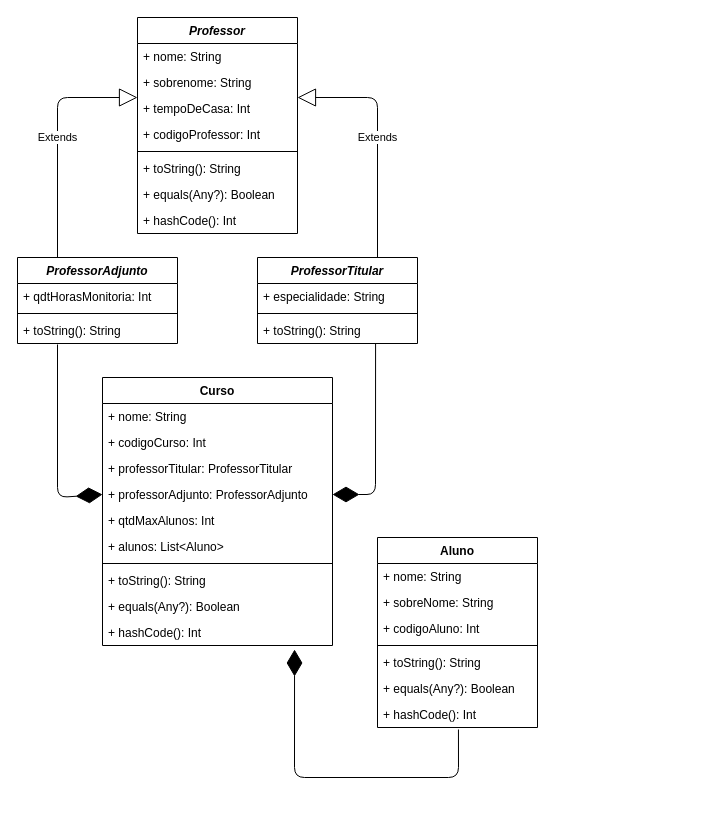
This is DesafioKotlinUML.drawio from mtrindade8/DesafioKotlin_DigitalHouseMobile, a draw.io file, before an edit. Source tidied: cells renumbered, new cells numbered last; positions are measured from the earlier drawing's top-left corner, leaving out a move shared by most shapes. Both pictures are drawn from the tidied source at 100%, with x=0, y=0 at pixel (17, 17).
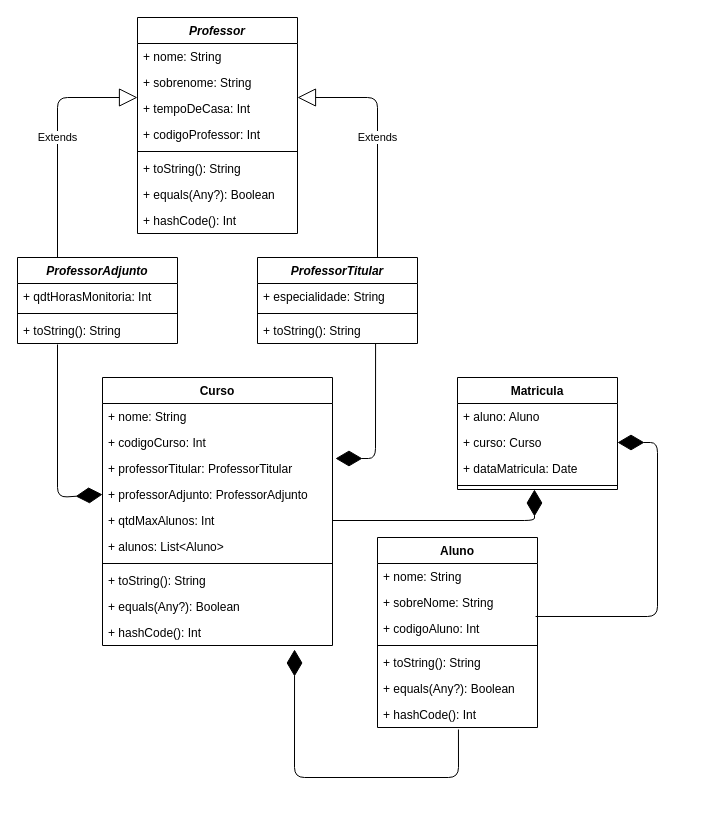
Above is the later version.

Commit message (it also covers changes not shown here):
Inclusão da parte F

Unchanged cells that the change refers to:
```xml
<mxCell id="9" value="+ toString(): String" style="text;strokeColor=none;fillColor=none;align=left;verticalAlign=top;spacingLeft=4;spacingRight=4;overflow=hidden;points=[[0,0.5],[1,0.5]];portConstraint=eastwest;" parent="6" vertex="1">
  <mxGeometry y="60" width="160" height="26" as="geometry" />
</mxCell>
<mxCell id="27" value="+ professorTitular: ProfessorTitular" style="text;strokeColor=none;fillColor=none;align=left;verticalAlign=top;spacingLeft=4;spacingRight=4;overflow=hidden;points=[[0,0.5],[1,0.5]];portConstraint=eastwest;" parent="24" vertex="1">
  <mxGeometry y="78" width="230" height="26" as="geometry" />
</mxCell>
<mxCell id="28" value="+ professorAdjunto: ProfessorAdjunto" style="text;strokeColor=none;fillColor=none;align=left;verticalAlign=top;spacingLeft=4;spacingRight=4;overflow=hidden;points=[[0,0.5],[1,0.5]];portConstraint=eastwest;" parent="24" vertex="1">
  <mxGeometry y="104" width="230" height="26" as="geometry" />
</mxCell>
<mxCell id="29" value="+ qtdMaxAlunos: Int" style="text;strokeColor=none;fillColor=none;align=left;verticalAlign=top;spacingLeft=4;spacingRight=4;overflow=hidden;points=[[0,0.5],[1,0.5]];portConstraint=eastwest;" parent="24" vertex="1">
  <mxGeometry y="130" width="230" height="26" as="geometry" />
</mxCell>
<mxCell id="38" value="+ codigoAluno: Int" style="text;strokeColor=none;fillColor=none;align=left;verticalAlign=top;spacingLeft=4;spacingRight=4;overflow=hidden;points=[[0,0.5],[1,0.5]];portConstraint=eastwest;" parent="35" vertex="1">
  <mxGeometry y="78" width="160" height="26" as="geometry" />
</mxCell>
```

Diff of the diagram source:
```diff
@@
-    <mxCell id="21" style="endArrow=diamondThin;endFill=1;endSize=24;html=1;entryX=1;entryY=0.5;entryDx=0;entryDy=0;exitX=0.738;exitY=1;exitDx=0;exitDy=0;exitPerimeter=0;" parent="1" edge="1" source="9" target="28">
+    <mxCell id="21" style="endArrow=diamondThin;endFill=1;endSize=24;html=1;entryX=1.013;entryY=0.115;entryDx=0;entryDy=0;exitX=0.738;exitY=1;exitDx=0;exitDy=0;exitPerimeter=0;entryPerimeter=0;" parent="1" edge="1" source="9" target="27">
       <mxGeometry relative="1" as="geometry">
         <Array as="points">
-          <mxPoint x="358" y="477" />
+          <mxPoint x="358" y="441" />
         </Array>
       </mxGeometry>
     </mxCell>
@@
+    <mxCell id="43" value="Matricula" style="swimlane;fontStyle=1;align=center;verticalAlign=top;horizontal=1;startSize=26;" parent="1" vertex="1">
+      <mxGeometry x="440" y="360" width="160" height="112" as="geometry" />
+    </mxCell>
+    <mxCell id="44" value="+ aluno: Aluno" style="text;strokeColor=none;fillColor=none;align=left;verticalAlign=top;spacingLeft=4;spacingRight=4;overflow=hidden;" parent="43" vertex="1">
+      <mxGeometry y="26" width="160" height="26" as="geometry" />
+    </mxCell>
+    <mxCell id="45" value="+ curso: Curso" style="text;strokeColor=none;fillColor=none;align=left;verticalAlign=top;spacingLeft=4;spacingRight=4;overflow=hidden;points=[[0,0.5],[1,0.5]];portConstraint=eastwest;" parent="43" vertex="1">
+      <mxGeometry y="52" width="160" height="26" as="geometry" />
+    </mxCell>
+    <mxCell id="46" value="+ dataMatricula: Date" style="text;strokeColor=none;fillColor=none;align=left;verticalAlign=top;spacingLeft=4;spacingRight=4;overflow=hidden;" parent="43" vertex="1">
+      <mxGeometry y="78" width="160" height="26" as="geometry" />
+    </mxCell>
+    <mxCell id="47" style="line;strokeWidth=1;fillColor=none;align=left;verticalAlign=middle;spacingTop=-1;spacingLeft=3;spacingRight=3;labelPosition=right;points=[];portConstraint=eastwest;" parent="43" vertex="1">
+      <mxGeometry y="104" width="160" height="8" as="geometry" />
+    </mxCell>
+    <mxCell id="48" style="endArrow=diamondThin;endFill=1;endSize=24;html=1;exitX=1;exitY=0.5;exitDx=0;exitDy=0;entryX=0.481;entryY=1;entryDx=0;entryDy=0;entryPerimeter=0;" parent="1" edge="1" source="29" target="47">
+      <mxGeometry relative="1" as="geometry">
+        <Array as="points">
+          <mxPoint x="517" y="503" />
+        </Array>
+      </mxGeometry>
+    </mxCell>
+    <mxCell id="49" style="endArrow=diamondThin;endFill=1;endSize=24;html=1;entryX=1;entryY=0.5;entryDx=0;entryDy=0;exitX=0.988;exitY=0.038;exitDx=0;exitDy=0;exitPerimeter=0;" parent="1" edge="1" source="38" target="45">
+      <mxGeometry relative="1" as="geometry">
+        <Array as="points">
+          <mxPoint x="640" y="599" />
+          <mxPoint x="640" y="425" />
+        </Array>
+      </mxGeometry>
+    </mxCell>
```
